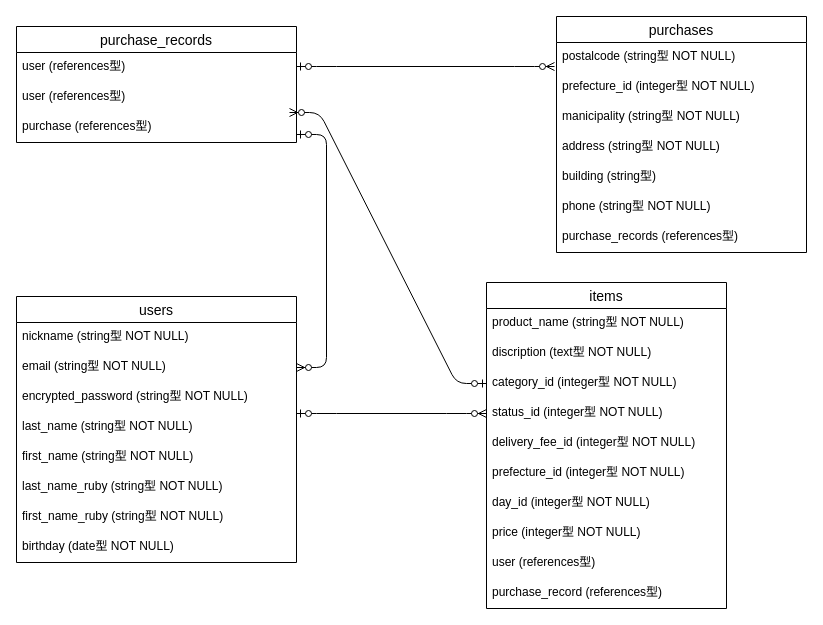
Earlier version of the draw.io diagram furima.dio (Takaomi-Sakai/furima-31593). Source tidied: cells renumbered, new cells numbered last; positions are measured from the earlier drawing's top-left corner, leaving out a move shared by most shapes. Both pictures are drawn from the tidied source at 100%, with x=0, y=0 at pixel (16, 16).
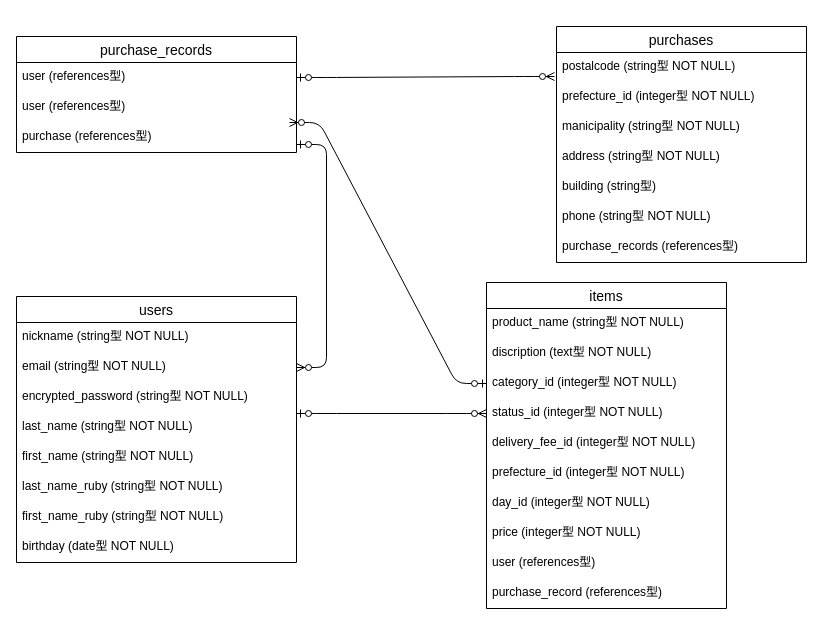
The same page after the edit.

Commit message (it also covers changes not shown here):
データベース構築_修正８回目

The change refers to these unchanged cells:
```xml
<mxCell id="23" value="postalcode (string型 NOT NULL)" style="text;strokeColor=none;fillColor=none;spacingLeft=4;spacingRight=4;overflow=hidden;points=[[0,0.5],[1,0.5]];portConstraint=eastwest;fontSize=12;" parent="22" vertex="1">
  <mxGeometry y="26" width="250" height="30" as="geometry" />
</mxCell>
<mxCell id="31" value="user (references型)" style="text;strokeColor=none;fillColor=none;spacingLeft=4;spacingRight=4;overflow=hidden;points=[[0,0.5],[1,0.5]];portConstraint=eastwest;fontSize=12;" parent="30" vertex="1">
  <mxGeometry y="26" width="280" height="30" as="geometry" />
</mxCell>
```

Change to the diagram source:
```diff
@@
     <mxCell id="22" value="purchases" style="swimlane;fontStyle=0;horizontal=1;startSize=26;align=center;fontSize=14;" parent="1" vertex="1">
-      <mxGeometry x="540" width="250" height="236" as="geometry" />
+      <mxGeometry x="540" y="10" width="250" height="236" as="geometry" />
     </mxCell>
@@
     <mxCell id="30" value="purchase_records" style="swimlane;fontStyle=0;horizontal=1;startSize=26;align=center;fontSize=14;" parent="1" vertex="1">
-      <mxGeometry y="10" width="280" height="116" as="geometry" />
+      <mxGeometry y="20" width="280" height="116" as="geometry" />
     </mxCell>
@@
-    <mxCell id="36" style="edgeStyle=entityRelationEdgeStyle;fontSize=12;html=1;endArrow=ERzeroToMany;startArrow=ERzeroToOne;entryX=-0.008;entryY=0.8;entryDx=0;entryDy=0;entryPerimeter=0;" parent="1" edge="1" target="23">
-      <mxGeometry relative="1" as="geometry">
-        <mxPoint x="280" y="50" as="sourcePoint" />
-      </mxGeometry>
+    <mxCell id="36" style="edgeStyle=entityRelationEdgeStyle;fontSize=12;html=1;endArrow=ERzeroToMany;startArrow=ERzeroToOne;entryX=-0.008;entryY=0.8;entryDx=0;entryDy=0;entryPerimeter=0;exitX=1;exitY=0.5;exitDx=0;exitDy=0;" parent="1" edge="1" source="31" target="23">
+      <mxGeometry relative="1" as="geometry" />
     </mxCell>
```
